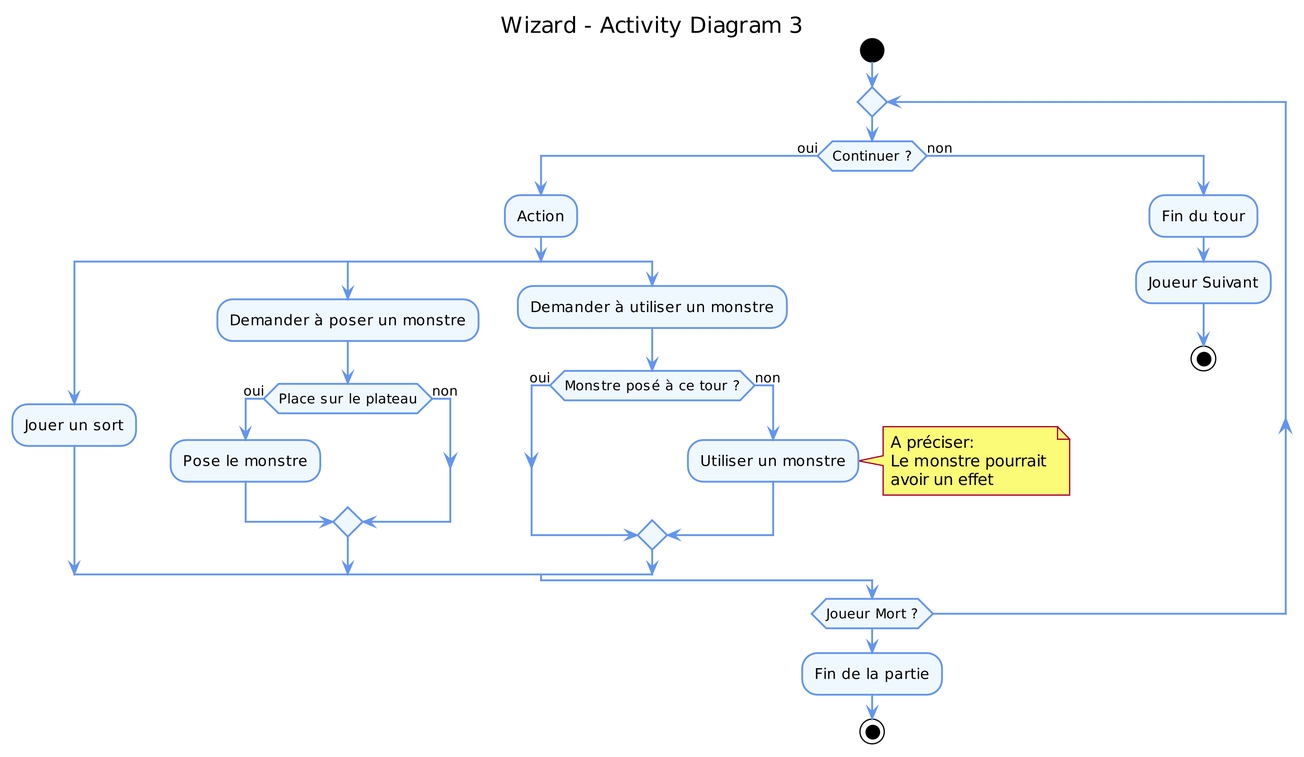
elishadrion/tetris keeps this PlantUML diagram as uml_files/ActivityDiagram3.png. Above is the earlier version.
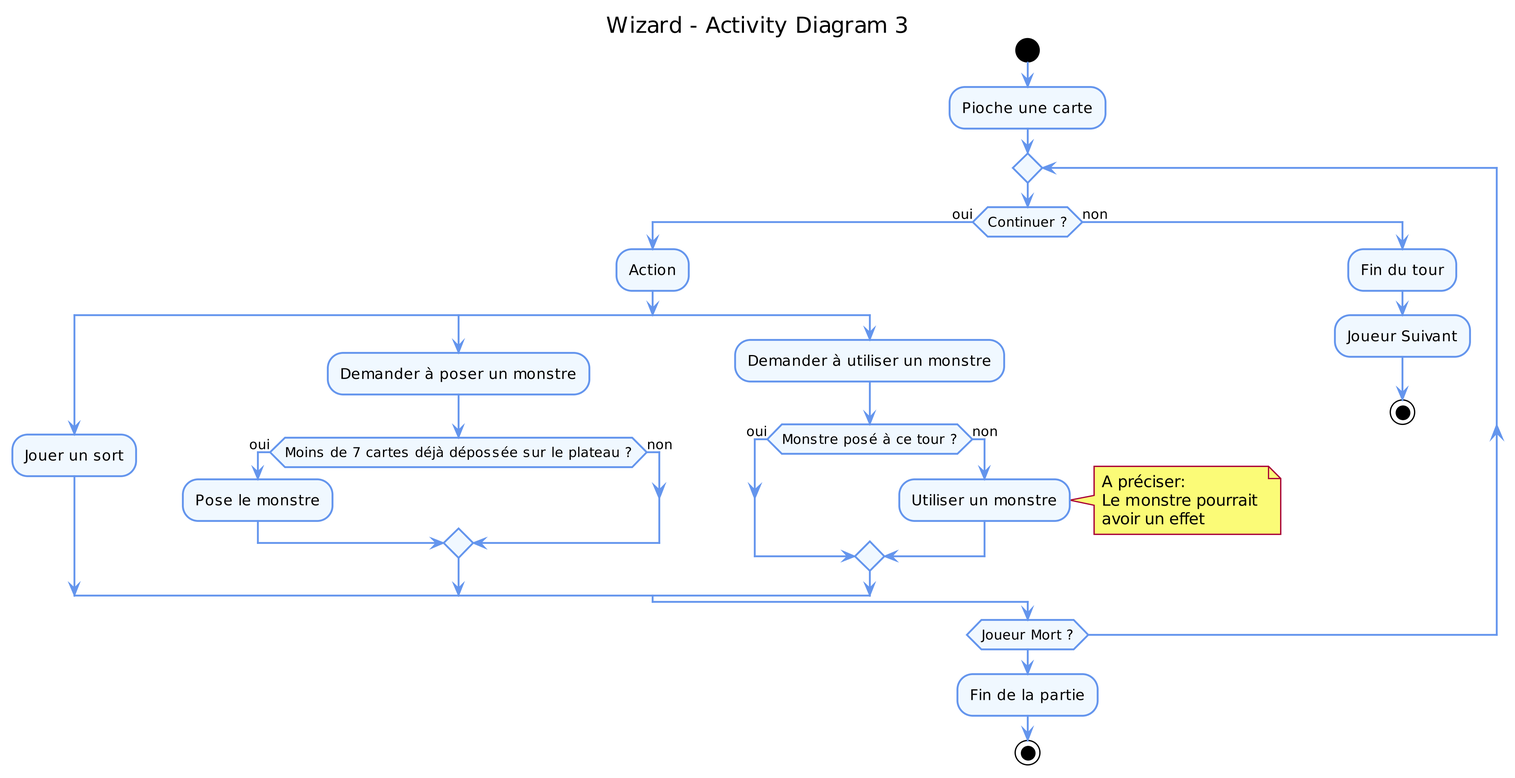
After the change.

What changed in the source:
```diff
@@ -1,6 +1,4 @@
 @startuml
-
-
 title Wizard - Activity Diagram 3
 
 skinparam classAttributeIconSize 0
@@ -19,7 +17,7 @@
 
 
 start
-
+:Pioche une carte;
 repeat
   if(Continuer ?) then (oui)
     :Action;
@@ -27,7 +25,7 @@
       :Jouer un sort;
     split again
       :Demander à poser un monstre;
-      if(Place sur le plateau) then (oui)
+      if(Moins de 7 cartes déjà dépossée sur le plateau ?) then (oui)
         :Pose le monstre;
       else (non)
       endif
@@ -52,5 +50,4 @@
 
 :Fin de la partie;
 stop
-
 @enduml
```
